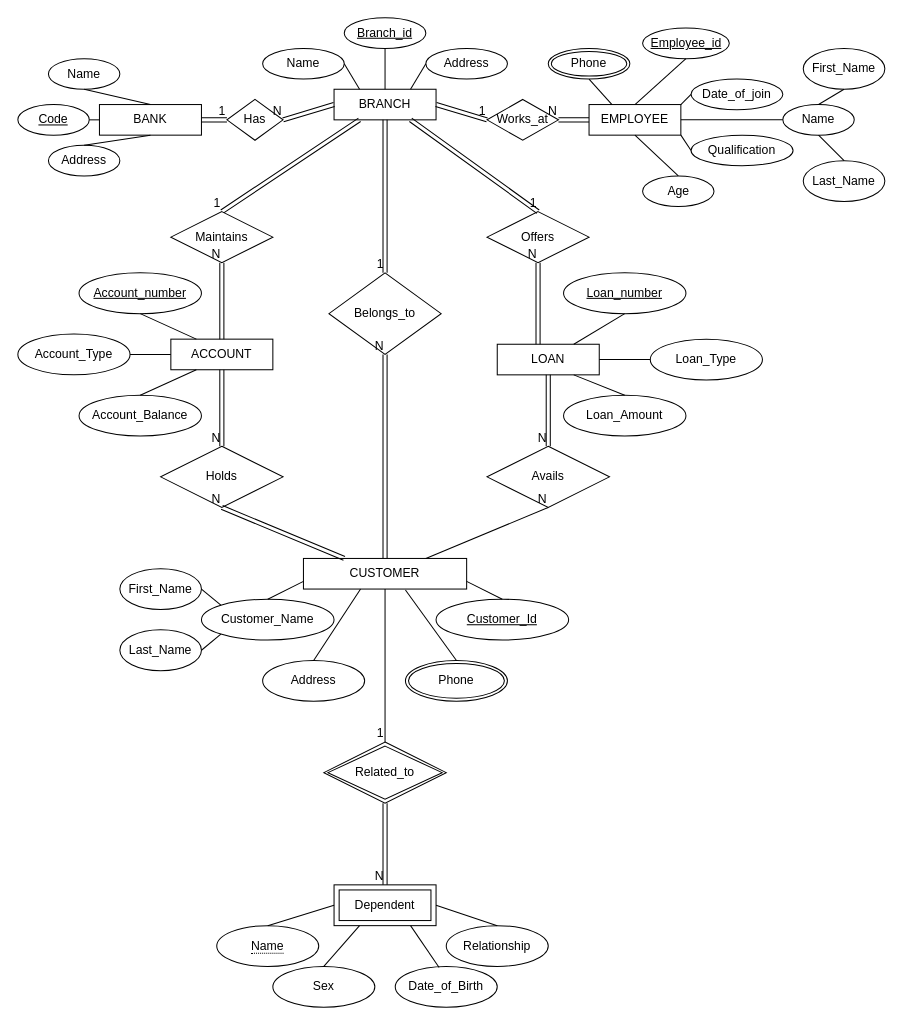
The draw.io diagram Untitled Diagram.drawio in Anurag404OpenSourceRules/Bank-Management-System-ERD, before the edit. Source tidied: cells renumbered, new cells numbered last; positions are measured from the earlier drawing's top-left corner, leaving out a move shared by most shapes. Both pictures are drawn from the tidied source at 102%, with x=0, y=0 at pixel (17, 17).
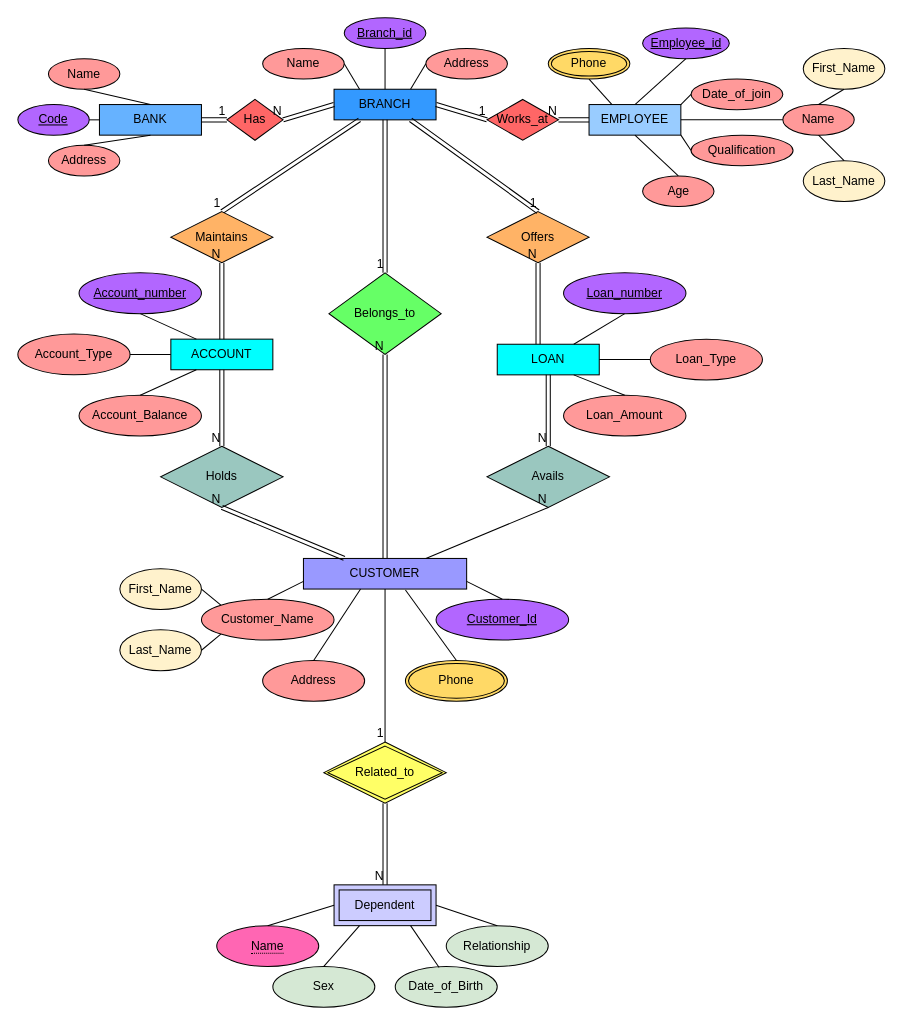
The same diagram, later.

Change to the diagram source:
```diff
@@
-    <mxCell id="2" value="BRANCH" style="rounded=0;whiteSpace=wrap;html=1;" parent="1" vertex="1">
+    <mxCell id="2" value="BRANCH" style="rounded=0;whiteSpace=wrap;html=1;fillColor=#3399FF;" parent="1" vertex="1">
       <mxGeometry x="310" y="70" width="100" height="30" as="geometry" />
     </mxCell>
-    <mxCell id="3" value="ACCOUNT" style="rounded=0;whiteSpace=wrap;html=1;" parent="1" vertex="1">
+    <mxCell id="3" value="ACCOUNT" style="rounded=0;whiteSpace=wrap;html=1;fillColor=#00FFFF;" parent="1" vertex="1">
       <mxGeometry x="150" y="315" width="100" height="30" as="geometry" />
     </mxCell>
-    <mxCell id="4" value="LOAN" style="rounded=0;whiteSpace=wrap;html=1;" parent="1" vertex="1">
+    <mxCell id="4" value="LOAN" style="rounded=0;whiteSpace=wrap;html=1;fillColor=#00FFFF;" parent="1" vertex="1">
       <mxGeometry x="470" y="320" width="100" height="30" as="geometry" />
     </mxCell>
-    <mxCell id="5" value="CUSTOMER" style="rounded=0;whiteSpace=wrap;html=1;" parent="1" vertex="1">
+    <mxCell id="5" value="CUSTOMER" style="rounded=0;whiteSpace=wrap;html=1;fillColor=#9999FF;" parent="1" vertex="1">
       <mxGeometry x="280" y="530" width="160" height="30" as="geometry" />
     </mxCell>
-    <mxCell id="6" value="BANK" style="rounded=0;whiteSpace=wrap;html=1;" parent="1" vertex="1">
+    <mxCell id="6" value="BANK" style="rounded=0;whiteSpace=wrap;html=1;fillColor=#66B2FF;" parent="1" vertex="1">
       <mxGeometry x="80" y="85" width="100" height="30" as="geometry" />
     </mxCell>
-    <mxCell id="7" value="Name" style="ellipse;whiteSpace=wrap;html=1;" parent="1" vertex="1">
+    <mxCell id="7" value="Name" style="ellipse;whiteSpace=wrap;html=1;fillColor=#FF9999;" parent="1" vertex="1">
       <mxGeometry x="30" y="40" width="70" height="30" as="geometry" />
     </mxCell>
-    <mxCell id="8" value="Address" style="ellipse;whiteSpace=wrap;html=1;" parent="1" vertex="1">
+    <mxCell id="8" value="Address" style="ellipse;whiteSpace=wrap;html=1;fillColor=#FF9999;" parent="1" vertex="1">
       <mxGeometry x="30" y="125" width="70" height="30" as="geometry" />
     </mxCell>
-    <mxCell id="9" value="Name" style="ellipse;whiteSpace=wrap;html=1;" parent="1" vertex="1">
+    <mxCell id="9" value="Name" style="ellipse;whiteSpace=wrap;html=1;fillColor=#FF9999;" parent="1" vertex="1">
       <mxGeometry x="240" y="30" width="80" height="30" as="geometry" />
     </mxCell>
-    <mxCell id="10" value="Address" style="ellipse;whiteSpace=wrap;html=1;" parent="1" vertex="1">
+    <mxCell id="10" value="Address" style="ellipse;whiteSpace=wrap;html=1;fillColor=#FF9999;" parent="1" vertex="1">
       <mxGeometry x="400" y="30" width="80" height="30" as="geometry" />
     </mxCell>
-    <mxCell id="11" value="EMPLOYEE" style="rounded=0;whiteSpace=wrap;html=1;" parent="1" vertex="1">
+    <mxCell id="11" value="EMPLOYEE" style="rounded=0;whiteSpace=wrap;html=1;fillColor=#99CCFF;" parent="1" vertex="1">
       <mxGeometry x="560" y="85" width="90" height="30" as="geometry" />
     </mxCell>
-    <mxCell id="12" value="Name" style="ellipse;whiteSpace=wrap;html=1;" parent="1" vertex="1">
+    <mxCell id="12" value="Name" style="ellipse;whiteSpace=wrap;html=1;fillColor=#FF9999;" parent="1" vertex="1">
       <mxGeometry x="750" y="85" width="70" height="30" as="geometry" />
     </mxCell>
-    <mxCell id="13" value="Age" style="ellipse;whiteSpace=wrap;html=1;" parent="1" vertex="1">
+    <mxCell id="13" value="Age" style="ellipse;whiteSpace=wrap;html=1;fillColor=#FF9999;" parent="1" vertex="1">
       <mxGeometry x="612.5" y="155" width="70" height="30" as="geometry" />
     </mxCell>
-    <mxCell id="14" value="Date_of_join" style="ellipse;whiteSpace=wrap;html=1;" parent="1" vertex="1">
+    <mxCell id="14" value="Date_of_join" style="ellipse;whiteSpace=wrap;html=1;fillColor=#FF9999;" parent="1" vertex="1">
       <mxGeometry x="660" y="60" width="90" height="30" as="geometry" />
     </mxCell>
-    <mxCell id="15" value="Qualification" style="ellipse;whiteSpace=wrap;html=1;" parent="1" vertex="1">
+    <mxCell id="15" value="Qualification" style="ellipse;whiteSpace=wrap;html=1;fillColor=#FF9999;" parent="1" vertex="1">
       <mxGeometry x="660" y="115" width="100" height="30" as="geometry" />
     </mxCell>
-    <mxCell id="16" value="Account_Balance" style="ellipse;whiteSpace=wrap;html=1;" parent="1" vertex="1">
+    <mxCell id="16" value="Account_Balance" style="ellipse;whiteSpace=wrap;html=1;fillColor=#FF9999;" parent="1" vertex="1">
       <mxGeometry x="60" y="370" width="120" height="40" as="geometry" />
     </mxCell>
-    <mxCell id="17" value="Account_Type" style="ellipse;whiteSpace=wrap;html=1;" parent="1" vertex="1">
+    <mxCell id="17" value="Account_Type" style="ellipse;whiteSpace=wrap;html=1;fillColor=#FF9999;" parent="1" vertex="1">
       <mxGeometry y="310" width="110" height="40" as="geometry" />
     </mxCell>
-    <mxCell id="18" value="Loan_Amount" style="ellipse;whiteSpace=wrap;html=1;" parent="1" vertex="1">
+    <mxCell id="18" value="Loan_Amount" style="ellipse;whiteSpace=wrap;html=1;fillColor=#FF9999;" parent="1" vertex="1">
       <mxGeometry x="535" y="370" width="120" height="40" as="geometry" />
     </mxCell>
-    <mxCell id="19" value="Loan_Type" style="ellipse;whiteSpace=wrap;html=1;" parent="1" vertex="1">
+    <mxCell id="19" value="Loan_Type" style="ellipse;whiteSpace=wrap;html=1;fillColor=#FF9999;" parent="1" vertex="1">
       <mxGeometry x="620" y="315" width="110" height="40" as="geometry" />
     </mxCell>
-    <mxCell id="20" value="Customer_Name" style="ellipse;whiteSpace=wrap;html=1;" parent="1" vertex="1">
+    <mxCell id="20" value="Customer_Name" style="ellipse;whiteSpace=wrap;html=1;fillColor=#FF9999;" parent="1" vertex="1">
       <mxGeometry x="180" y="570" width="130" height="40" as="geometry" />
     </mxCell>
-    <mxCell id="21" value="Address" style="ellipse;whiteSpace=wrap;html=1;" parent="1" vertex="1">
+    <mxCell id="21" value="Address" style="ellipse;whiteSpace=wrap;html=1;fillColor=#FF9999;" parent="1" vertex="1">
       <mxGeometry x="240" y="630" width="100" height="40" as="geometry" />
     </mxCell>
-    <mxCell id="22" value="Phone" style="ellipse;shape=doubleEllipse;margin=3;whiteSpace=wrap;html=1;align=center;" parent="1" vertex="1">
+    <mxCell id="22" value="Phone" style="ellipse;shape=doubleEllipse;margin=3;whiteSpace=wrap;html=1;align=center;fillColor=#FFD966;" parent="1" vertex="1">
       <mxGeometry x="380" y="630" width="100" height="40" as="geometry" />
     </mxCell>
-    <mxCell id="23" value="Code" style="ellipse;whiteSpace=wrap;html=1;align=center;fontStyle=4;" parent="1" vertex="1">
+    <mxCell id="23" value="Code" style="ellipse;whiteSpace=wrap;html=1;align=center;fontStyle=4;fillColor=#B266FF;" parent="1" vertex="1">
       <mxGeometry y="85" width="70" height="30" as="geometry" />
     </mxCell>
-    <mxCell id="24" value="Branch_id" style="ellipse;whiteSpace=wrap;html=1;align=center;fontStyle=4;" parent="1" vertex="1">
+    <mxCell id="24" value="Branch_id" style="ellipse;whiteSpace=wrap;html=1;align=center;fontStyle=4;fillColor=#B266FF;" parent="1" vertex="1">
       <mxGeometry x="320" width="80" height="30" as="geometry" />
     </mxCell>
-    <mxCell id="25" value="Employee_id" style="ellipse;whiteSpace=wrap;html=1;align=center;fontStyle=4;" parent="1" vertex="1">
+    <mxCell id="25" value="Employee_id" style="ellipse;whiteSpace=wrap;html=1;align=center;fontStyle=4;fillColor=#B266FF;" parent="1" vertex="1">
       <mxGeometry x="612.5" y="10" width="85" height="30" as="geometry" />
     </mxCell>
-    <mxCell id="26" value="Loan_number" style="ellipse;whiteSpace=wrap;html=1;align=center;fontStyle=4;" parent="1" vertex="1">
+    <mxCell id="26" value="Loan_number" style="ellipse;whiteSpace=wrap;html=1;align=center;fontStyle=4;fillColor=#B266FF;" parent="1" vertex="1">
       <mxGeometry x="535" y="250" width="120" height="40" as="geometry" />
     </mxCell>
-    <mxCell id="27" value="Account_number" style="ellipse;whiteSpace=wrap;html=1;align=center;fontStyle=4;" parent="1" vertex="1">
+    <mxCell id="27" value="Account_number" style="ellipse;whiteSpace=wrap;html=1;align=center;fontStyle=4;fillColor=#B266FF;" parent="1" vertex="1">
       <mxGeometry x="60" y="250" width="120" height="40" as="geometry" />
     </mxCell>
-    <mxCell id="28" value="Customer_Id" style="ellipse;whiteSpace=wrap;html=1;align=center;fontStyle=4;" parent="1" vertex="1">
+    <mxCell id="28" value="Customer_Id" style="ellipse;whiteSpace=wrap;html=1;align=center;fontStyle=4;fillColor=#B266FF;" parent="1" vertex="1">
       <mxGeometry x="410" y="570" width="130" height="40" as="geometry" />
     </mxCell>
@@
-    <mxCell id="50" value="First_Name" style="ellipse;whiteSpace=wrap;html=1;align=center;" parent="1" vertex="1">
+    <mxCell id="50" value="First_Name" style="ellipse;whiteSpace=wrap;html=1;align=center;fillColor=#FFF2CC;" parent="1" vertex="1">
       <mxGeometry x="770" y="30" width="80" height="40" as="geometry" />
     </mxCell>
-    <mxCell id="51" value="Last_Name" style="ellipse;whiteSpace=wrap;html=1;align=center;" parent="1" vertex="1">
+    <mxCell id="51" value="Last_Name" style="ellipse;whiteSpace=wrap;html=1;align=center;fillColor=#FFF2CC;" parent="1" vertex="1">
       <mxGeometry x="770" y="140" width="80" height="40" as="geometry" />
     </mxCell>
-    <mxCell id="52" value="First_Name" style="ellipse;whiteSpace=wrap;html=1;align=center;" parent="1" vertex="1">
+    <mxCell id="52" value="First_Name" style="ellipse;whiteSpace=wrap;html=1;align=center;fillColor=#FFF2CC;" parent="1" vertex="1">
       <mxGeometry x="100" y="540" width="80" height="40" as="geometry" />
     </mxCell>
-    <mxCell id="53" value="Last_Name" style="ellipse;whiteSpace=wrap;html=1;align=center;" parent="1" vertex="1">
+    <mxCell id="53" value="Last_Name" style="ellipse;whiteSpace=wrap;html=1;align=center;fillColor=#FFF2CC;" parent="1" vertex="1">
       <mxGeometry x="100" y="600" width="80" height="40" as="geometry" />
     </mxCell>
@@
-    <mxCell id="60" value="Related_to" style="shape=rhombus;double=1;perimeter=rhombusPerimeter;whiteSpace=wrap;html=1;align=center;" parent="1" vertex="1">
+    <mxCell id="60" value="Related_to" style="shape=rhombus;double=1;perimeter=rhombusPerimeter;whiteSpace=wrap;html=1;align=center;fillColor=#FFFF66;" parent="1" vertex="1">
       <mxGeometry x="300" y="710" width="120" height="60" as="geometry" />
     </mxCell>
-    <mxCell id="61" value="Dependent" style="shape=ext;margin=3;double=1;whiteSpace=wrap;html=1;align=center;" parent="1" vertex="1">
+    <mxCell id="61" value="Dependent" style="shape=ext;margin=3;double=1;whiteSpace=wrap;html=1;align=center;fillColor=#CCCCFF;" parent="1" vertex="1">
       <mxGeometry x="310" y="850" width="100" height="40" as="geometry" />
     </mxCell>
@@
-    <mxCell id="64" value="Sex" style="ellipse;whiteSpace=wrap;html=1;align=center;" parent="1" vertex="1">
+    <mxCell id="64" value="Sex" style="ellipse;whiteSpace=wrap;html=1;align=center;fillColor=#D5E8D4;" parent="1" vertex="1">
       <mxGeometry x="250" y="930" width="100" height="40" as="geometry" />
     </mxCell>
-    <mxCell id="65" value="Date_of_Birth" style="ellipse;whiteSpace=wrap;html=1;align=center;" parent="1" vertex="1">
+    <mxCell id="65" value="Date_of_Birth" style="ellipse;whiteSpace=wrap;html=1;align=center;fillColor=#D5E8D4;" parent="1" vertex="1">
       <mxGeometry x="370" y="930" width="100" height="40" as="geometry" />
     </mxCell>
-    <mxCell id="66" value="Relationship" style="ellipse;whiteSpace=wrap;html=1;align=center;" parent="1" vertex="1">
+    <mxCell id="66" value="Relationship" style="ellipse;whiteSpace=wrap;html=1;align=center;fillColor=#D5E8D4;" parent="1" vertex="1">
       <mxGeometry x="420" y="890" width="100" height="40" as="geometry" />
     </mxCell>
-    <mxCell id="67" value="&lt;span style=&quot;border-bottom: 1px dotted&quot;&gt;Name&lt;/span&gt;" style="ellipse;whiteSpace=wrap;html=1;align=center;" parent="1" vertex="1">
+    <mxCell id="67" value="&lt;span style=&quot;border-bottom: 1px dotted&quot;&gt;Name&lt;/span&gt;" style="ellipse;whiteSpace=wrap;html=1;align=center;fillColor=#FF66B3;" parent="1" vertex="1">
       <mxGeometry x="195" y="890" width="100" height="40" as="geometry" />
     </mxCell>
@@
-    <mxCell id="74" value="Has" style="shape=rhombus;perimeter=rhombusPerimeter;whiteSpace=wrap;html=1;align=center;" parent="1" vertex="1">
+    <mxCell id="74" value="Has" style="shape=rhombus;perimeter=rhombusPerimeter;whiteSpace=wrap;html=1;align=center;fillColor=#FF6666;" parent="1" vertex="1">
       <mxGeometry x="205" y="80" width="55" height="40" as="geometry" />
     </mxCell>
@@
-    <mxCell id="79" value="Works_at" style="shape=rhombus;perimeter=rhombusPerimeter;whiteSpace=wrap;html=1;align=center;" parent="1" vertex="1">
+    <mxCell id="79" value="Works_at" style="shape=rhombus;perimeter=rhombusPerimeter;whiteSpace=wrap;html=1;align=center;fillColor=#FF6666;" parent="1" vertex="1">
       <mxGeometry x="460" y="80" width="70" height="40" as="geometry" />
     </mxCell>
@@
-    <mxCell id="84" value="Maintains" style="shape=rhombus;perimeter=rhombusPerimeter;whiteSpace=wrap;html=1;align=center;" parent="1" vertex="1">
+    <mxCell id="84" value="Maintains" style="shape=rhombus;perimeter=rhombusPerimeter;whiteSpace=wrap;html=1;align=center;fillColor=#FFB366;" parent="1" vertex="1">
       <mxGeometry x="150" y="190" width="100" height="50" as="geometry" />
     </mxCell>
-    <mxCell id="85" value="Offers" style="shape=rhombus;perimeter=rhombusPerimeter;whiteSpace=wrap;html=1;align=center;" parent="1" vertex="1">
+    <mxCell id="85" value="Offers" style="shape=rhombus;perimeter=rhombusPerimeter;whiteSpace=wrap;html=1;align=center;fillColor=#FFB366;" parent="1" vertex="1">
       <mxGeometry x="460" y="190" width="100" height="50" as="geometry" />
     </mxCell>
@@
-    <mxCell id="92" value="Holds" style="shape=rhombus;perimeter=rhombusPerimeter;whiteSpace=wrap;html=1;align=center;" parent="1" vertex="1">
+    <mxCell id="92" value="Holds" style="shape=rhombus;perimeter=rhombusPerimeter;whiteSpace=wrap;html=1;align=center;fillColor=#9AC7BF;" parent="1" vertex="1">
       <mxGeometry x="140" y="420" width="120" height="60" as="geometry" />
     </mxCell>
-    <mxCell id="93" value="Avails" style="shape=rhombus;perimeter=rhombusPerimeter;whiteSpace=wrap;html=1;align=center;" parent="1" vertex="1">
+    <mxCell id="93" value="Avails" style="shape=rhombus;perimeter=rhombusPerimeter;whiteSpace=wrap;html=1;align=center;fillColor=#9AC7BF;" parent="1" vertex="1">
       <mxGeometry x="460" y="420" width="120" height="60" as="geometry" />
     </mxCell>
-    <mxCell id="94" value="Phone" style="ellipse;shape=doubleEllipse;margin=3;whiteSpace=wrap;html=1;align=center;" parent="1" vertex="1">
+    <mxCell id="94" value="Phone" style="ellipse;shape=doubleEllipse;margin=3;whiteSpace=wrap;html=1;align=center;fillColor=#FFD966;" parent="1" vertex="1">
       <mxGeometry x="520" y="30" width="80" height="30" as="geometry" />
     </mxCell>
@@
-    <mxCell id="104" value="Belongs_to" style="shape=rhombus;perimeter=rhombusPerimeter;whiteSpace=wrap;html=1;align=center;" parent="1" vertex="1">
+    <mxCell id="104" value="Belongs_to" style="shape=rhombus;perimeter=rhombusPerimeter;whiteSpace=wrap;html=1;align=center;fillColor=#66FF66;" parent="1" vertex="1">
       <mxGeometry x="305" y="250" width="110" height="80" as="geometry" />
     </mxCell>
```
